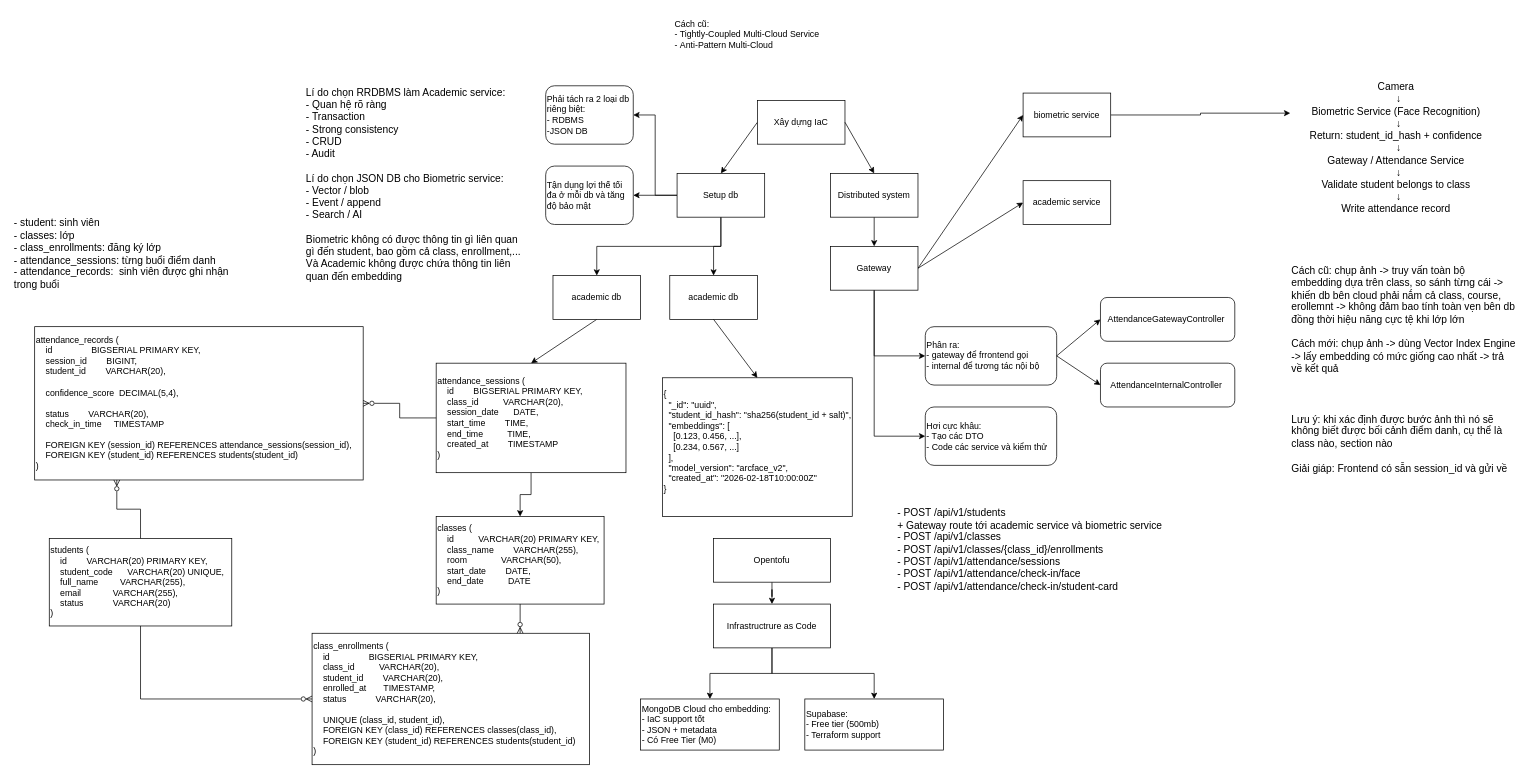
khoanguyen191006/diemdanhsv-Final keeps this draw.io diagram as systemDeisgn.drawio. Above is the earlier version. Source tidied: cells renumbered, new cells numbered last; positions are measured from the earlier drawing's top-left corner, leaving out a move shared by most shapes. Both pictures are drawn from the tidied source at 73%, with x=0, y=0 at pixel (12, 12).
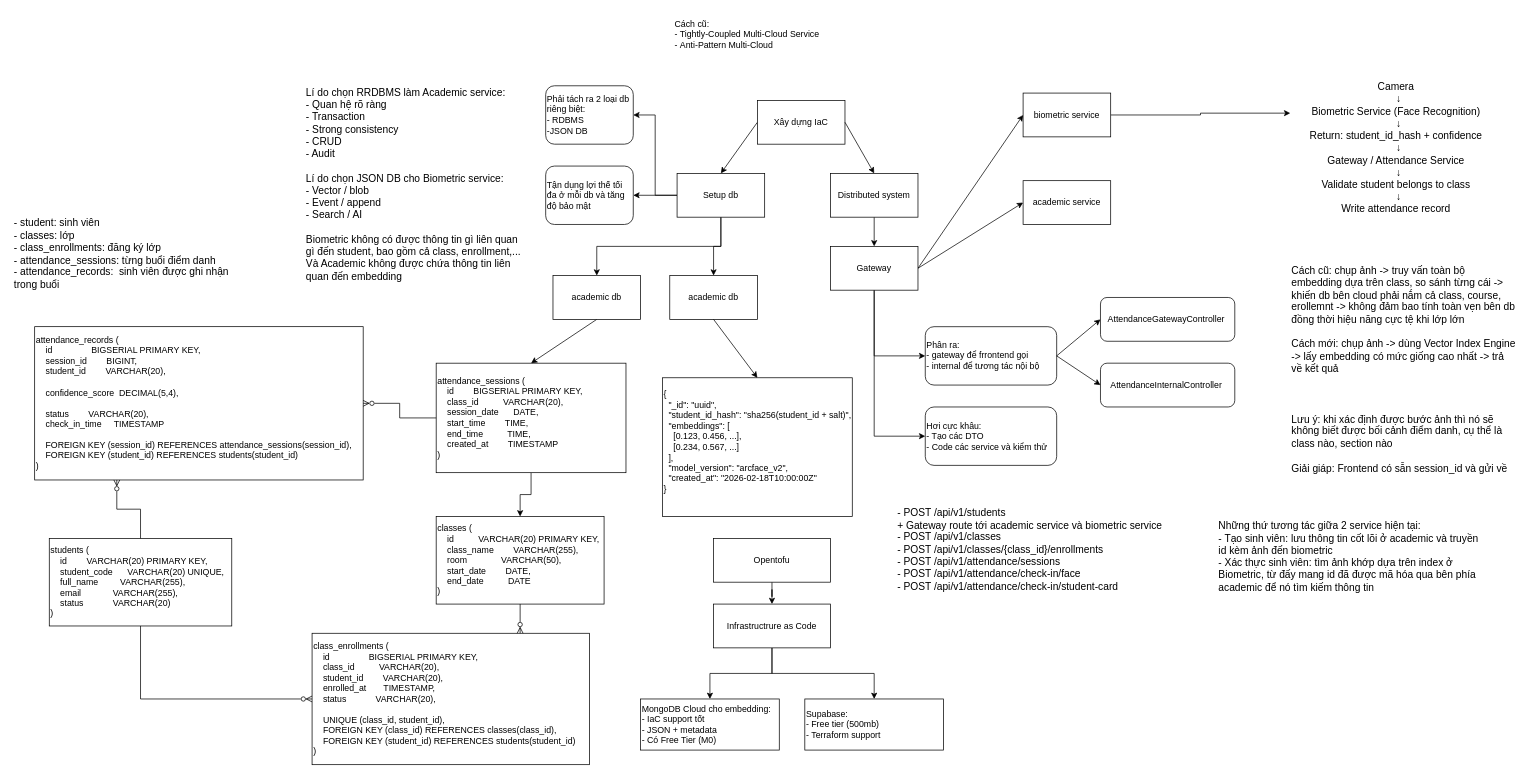
The same page after the edit.

Change to the diagram source:
```diff
@@
+    <mxCell id="57" value="&lt;div&gt;Những thứ tương tác giữa 2 service hiện tại:&lt;/div&gt;&lt;div&gt;- Tạo sinh viên: lưu thông tin cốt lõi ở academic và truyền id kèm ảnh đến biometric&lt;/div&gt;&lt;div&gt;- Xác thực sinh viên: tìm ảnh khớp dựa trên index ở Biometric, từ đấy mang id đã được mã hóa qua bên phía academic để nó tìm kiếm thông tin&lt;/div&gt;" style="text;html=1;whiteSpace=wrap;strokeColor=none;fillColor=none;align=left;verticalAlign=middle;rounded=0;fontSize=14;" parent="1" vertex="1">
+      <mxGeometry x="1650" y="660" width="370" height="170" as="geometry" />
+    </mxCell>
```
